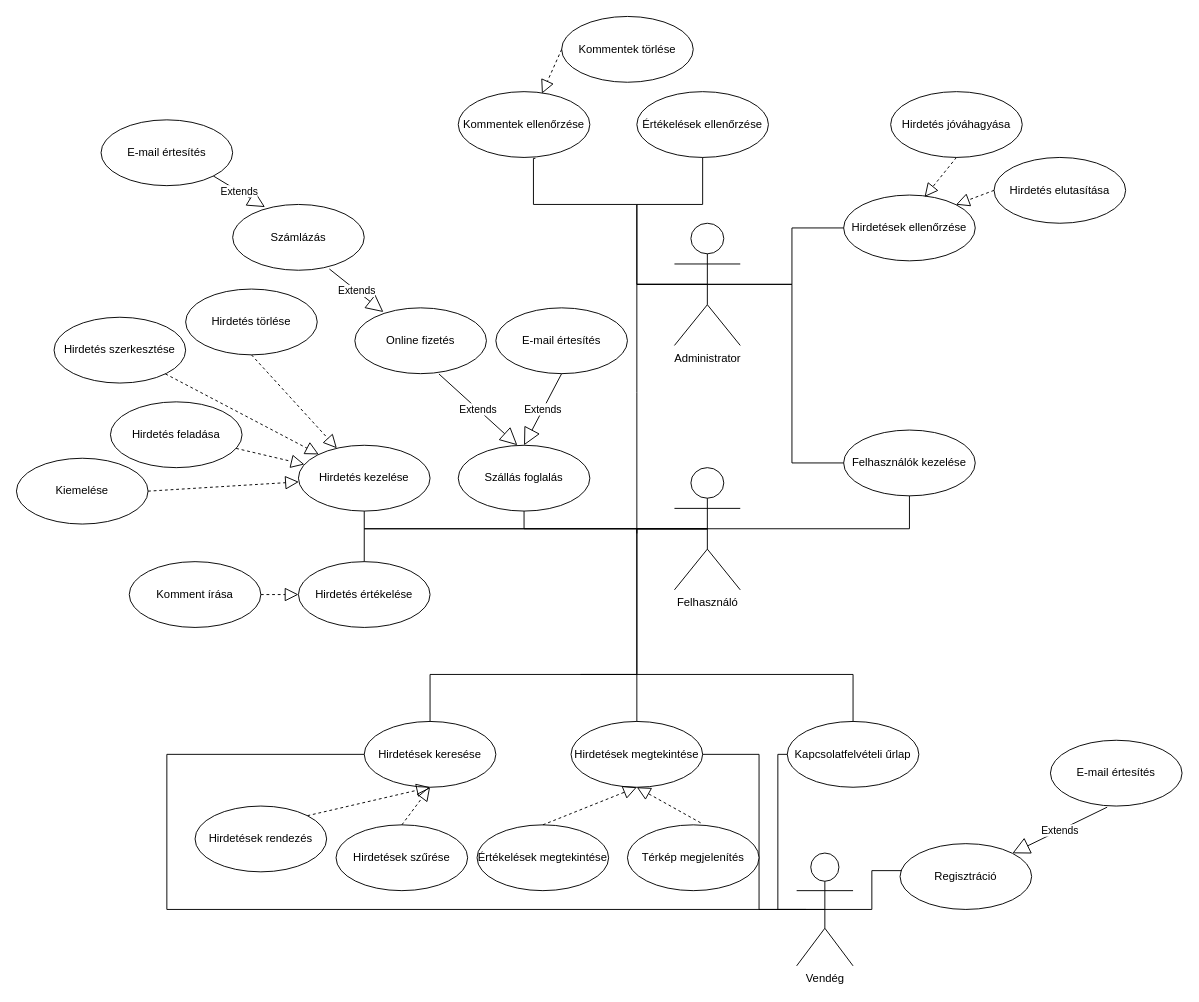
Above: accommodation.drawio in kocsist-git/UML (draw.io), before the change. Source tidied: cells renumbered, new cells numbered last; positions are measured from the earlier drawing's top-left corner, leaving out a move shared by most shapes. Both pictures are drawn from the tidied source at 94%, with x=0, y=0 at pixel (16, 16).
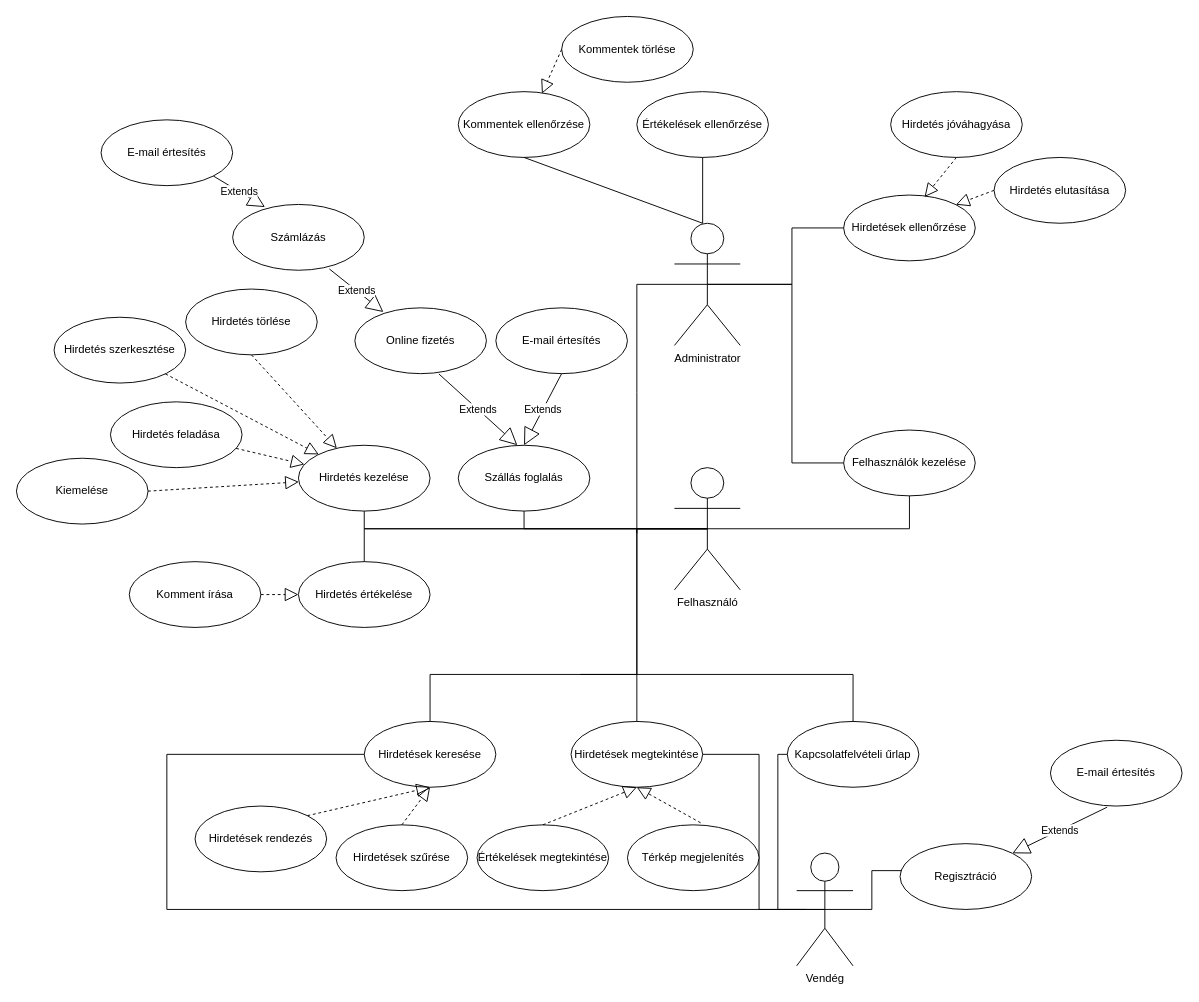
The same page after the edit.

Unchanged cells that the change refers to:
```xml
<mxCell id="4" value="Administrator" style="shape=umlActor;verticalLabelPosition=bottom;verticalAlign=top;html=1;" parent="1" vertex="1">
  <mxGeometry x="700" y="220" width="70" height="130" as="geometry" />
</mxCell>
<mxCell id="60" value="Értékelések ellenőrzése" style="ellipse;whiteSpace=wrap;html=1;" parent="1" vertex="1">
  <mxGeometry x="660" y="80" width="140" height="70" as="geometry" />
</mxCell>
<mxCell id="62" value="Kommentek ellenőrzése" style="ellipse;whiteSpace=wrap;html=1;" parent="1" vertex="1">
  <mxGeometry x="470" y="80" width="140" height="70" as="geometry" />
</mxCell>
```

The edit, as a diff of the source:
```diff
@@
-    <mxCell id="61" style="endArrow=none;html=1;edgeStyle=orthogonalEdgeStyle;rounded=0;exitX=0.5;exitY=0.5;exitDx=0;exitDy=0;exitPerimeter=0;entryX=0.5;entryY=1;entryDx=0;entryDy=0;" parent="1" edge="1" source="4" target="60">
-      <mxGeometry relative="1" as="geometry">
-        <Array as="points">
-          <mxPoint x="660" y="285" />
-          <mxPoint x="660" y="200" />
-          <mxPoint x="730" y="200" />
-        </Array>
-      </mxGeometry>
-    </mxCell>
@@
-    <mxCell id="63" style="endArrow=none;html=1;edgeStyle=orthogonalEdgeStyle;rounded=0;exitX=0.5;exitY=0.5;exitDx=0;exitDy=0;exitPerimeter=0;entryX=0.586;entryY=1.014;entryDx=0;entryDy=0;entryPerimeter=0;" parent="1" edge="1" source="4" target="62">
-      <mxGeometry relative="1" as="geometry">
-        <Array as="points">
-          <mxPoint x="660" y="285" />
-          <mxPoint x="660" y="200" />
-          <mxPoint x="550" y="200" />
-          <mxPoint x="550" y="151" />
-        </Array>
-      </mxGeometry>
-    </mxCell>
@@
+    <mxCell id="66" style="endArrow=none;html=1;rounded=0;entryX=0.5;entryY=1;entryDx=0;entryDy=0;exitX=0.5;exitY=1;exitDx=0;exitDy=0;" parent="1" edge="1" source="62" target="60">
+      <mxGeometry relative="1" as="geometry">
+        <Array as="points">
+          <mxPoint x="730" y="220" />
+        </Array>
+      </mxGeometry>
+    </mxCell>
```
